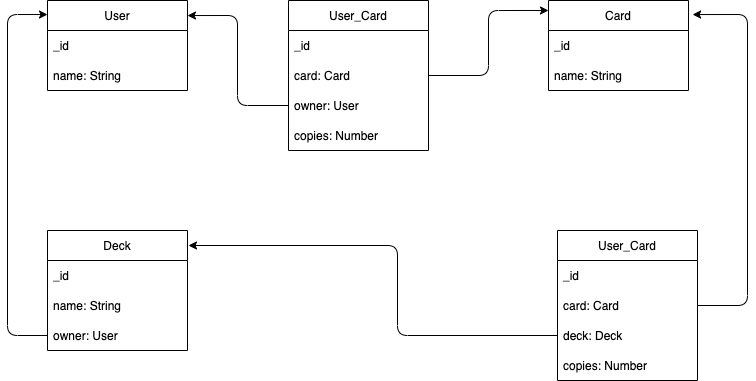
jvallelunga-facultad/taller-de-desarrollo-web keeps this draw.io diagram as modelo.drawio.png. Above is the earlier version. Source tidied: cells renumbered, new cells last; positions are measured from the earlier drawing's top-left corner, leaving out a move shared by most shapes.
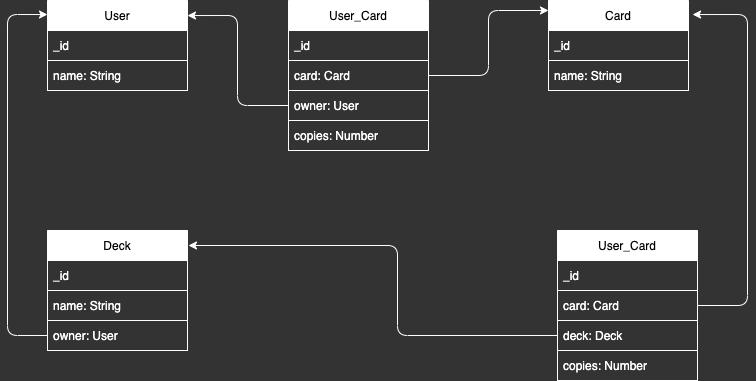
Above is the later version.

Diff of the diagram source:
```diff
@@ -1,68 +1,68 @@
-<mxGraphModel>
+<mxGraphModel background="#333333">
   <root>
     <mxCell id="0" />
     <mxCell id="1" parent="0" />
-    <mxCell id="2" value="User" style="swimlane;fontStyle=0;horizontal=1;startSize=30;" parent="1" vertex="1">
+    <mxCell id="2" value="User" style="swimlane;fontStyle=0;horizontal=1;startSize=30;strokeColor=#FFFFFF;" parent="1" vertex="1">
       <mxGeometry x="40" width="140" height="90" as="geometry" />
     </mxCell>
-    <mxCell id="3" value="_id" style="text;strokeColor=none;fillColor=none;align=left;verticalAlign=middle;spacingLeft=4;spacingRight=4;overflow=hidden;" parent="2" vertex="1">
+    <mxCell id="3" value="_id" style="text;strokeColor=#FFFFFF;fillColor=none;align=left;verticalAlign=middle;spacingLeft=4;spacingRight=4;overflow=hidden;fontColor=#FFFFFF;" parent="2" vertex="1">
       <mxGeometry y="30" width="140" height="30" as="geometry" />
     </mxCell>
-    <mxCell id="4" value="name: String" style="text;strokeColor=none;fillColor=none;align=left;verticalAlign=middle;spacingLeft=4;spacingRight=4;overflow=hidden;" parent="2" vertex="1">
+    <mxCell id="4" value="name: String" style="text;strokeColor=#FFFFFF;fillColor=none;align=left;verticalAlign=middle;spacingLeft=4;spacingRight=4;overflow=hidden;fontColor=#FFFFFF;" parent="2" vertex="1">
       <mxGeometry y="60" width="140" height="30" as="geometry" />
     </mxCell>
-    <mxCell id="5" value="Card" style="swimlane;fontStyle=0;horizontal=1;startSize=30;" parent="1" vertex="1">
+    <mxCell id="5" value="Card" style="swimlane;fontStyle=0;horizontal=1;startSize=30;strokeColor=#FFFFFF;" parent="1" vertex="1">
       <mxGeometry x="541" width="140" height="90" as="geometry" />
     </mxCell>
-    <mxCell id="6" value="_id" style="text;strokeColor=none;fillColor=none;align=left;verticalAlign=middle;spacingLeft=4;spacingRight=4;overflow=hidden;" parent="5" vertex="1">
+    <mxCell id="6" value="_id" style="text;strokeColor=#FFFFFF;fillColor=none;align=left;verticalAlign=middle;spacingLeft=4;spacingRight=4;overflow=hidden;fontColor=#FFFFFF;" parent="5" vertex="1">
       <mxGeometry y="30" width="140" height="30" as="geometry" />
     </mxCell>
-    <mxCell id="7" value="name: String" style="text;strokeColor=none;fillColor=none;align=left;verticalAlign=middle;spacingLeft=4;spacingRight=4;overflow=hidden;" parent="5" vertex="1">
+    <mxCell id="7" value="name: String" style="text;strokeColor=#FFFFFF;fillColor=none;align=left;verticalAlign=middle;spacingLeft=4;spacingRight=4;overflow=hidden;fontColor=#FFFFFF;" parent="5" vertex="1">
       <mxGeometry y="60" width="140" height="30" as="geometry" />
     </mxCell>
-    <mxCell id="8" value="Deck" style="swimlane;fontStyle=0;horizontal=1;startSize=30;" parent="1" vertex="1">
+    <mxCell id="8" value="Deck" style="swimlane;fontStyle=0;horizontal=1;startSize=30;strokeColor=#FFFFFF;" parent="1" vertex="1">
       <mxGeometry x="40" y="230" width="140" height="120" as="geometry" />
     </mxCell>
-    <mxCell id="9" value="_id" style="text;strokeColor=none;fillColor=none;align=left;verticalAlign=middle;spacingLeft=4;spacingRight=4;overflow=hidden;" parent="8" vertex="1">
+    <mxCell id="9" value="_id" style="text;strokeColor=#FFFFFF;fillColor=none;align=left;verticalAlign=middle;spacingLeft=4;spacingRight=4;overflow=hidden;fontColor=#FFFFFF;" parent="8" vertex="1">
       <mxGeometry y="30" width="140" height="30" as="geometry" />
     </mxCell>
-    <mxCell id="10" value="name: String" style="text;strokeColor=none;fillColor=none;align=left;verticalAlign=middle;spacingLeft=4;spacingRight=4;overflow=hidden;" parent="8" vertex="1">
+    <mxCell id="10" value="name: String" style="text;strokeColor=#FFFFFF;fillColor=none;align=left;verticalAlign=middle;spacingLeft=4;spacingRight=4;overflow=hidden;fontColor=#FFFFFF;" parent="8" vertex="1">
       <mxGeometry y="60" width="140" height="30" as="geometry" />
     </mxCell>
-    <mxCell id="11" value="owner: User" style="text;strokeColor=none;fillColor=none;align=left;verticalAlign=middle;spacingLeft=4;spacingRight=4;overflow=hidden;points=[[0,0.5],[1,0.5]];portConstraint=eastwest;" parent="8" vertex="1">
+    <mxCell id="11" value="owner: User" style="text;strokeColor=#FFFFFF;fillColor=none;align=left;verticalAlign=middle;spacingLeft=4;spacingRight=4;overflow=hidden;points=[[0,0.5],[1,0.5]];portConstraint=eastwest;fontColor=#FFFFFF;" parent="8" vertex="1">
       <mxGeometry y="90" width="140" height="30" as="geometry" />
     </mxCell>
-    <mxCell id="12" value="User_Card" style="swimlane;fontStyle=0;horizontal=1;startSize=30;" parent="1" vertex="1">
+    <mxCell id="12" value="User_Card" style="swimlane;fontStyle=0;horizontal=1;startSize=30;strokeColor=#FFFFFF;" parent="1" vertex="1">
       <mxGeometry x="281" width="140" height="150" as="geometry" />
     </mxCell>
-    <mxCell id="13" value="_id" style="text;strokeColor=none;fillColor=none;align=left;verticalAlign=middle;spacingLeft=4;spacingRight=4;overflow=hidden;" parent="12" vertex="1">
+    <mxCell id="13" value="_id" style="text;strokeColor=#FFFFFF;fillColor=none;align=left;verticalAlign=middle;spacingLeft=4;spacingRight=4;overflow=hidden;fontColor=#FFFFFF;" parent="12" vertex="1">
       <mxGeometry y="30" width="140" height="30" as="geometry" />
     </mxCell>
-    <mxCell id="14" value="card: Card" style="text;strokeColor=none;fillColor=none;align=left;verticalAlign=middle;spacingLeft=4;spacingRight=4;overflow=hidden;points=[[0,0.5],[1,0.5]];portConstraint=eastwest;" parent="12" vertex="1">
+    <mxCell id="14" value="card: Card" style="text;strokeColor=#FFFFFF;fillColor=none;align=left;verticalAlign=middle;spacingLeft=4;spacingRight=4;overflow=hidden;points=[[0,0.5],[1,0.5]];portConstraint=eastwest;fontColor=#FFFFFF;" parent="12" vertex="1">
       <mxGeometry y="60" width="140" height="30" as="geometry" />
     </mxCell>
-    <mxCell id="15" value="owner: User" style="text;strokeColor=none;fillColor=none;align=left;verticalAlign=middle;spacingLeft=4;spacingRight=4;overflow=hidden;points=[[0,0.5],[1,0.5]];portConstraint=eastwest;" parent="12" vertex="1">
+    <mxCell id="15" value="owner: User" style="text;strokeColor=#FFFFFF;fillColor=none;align=left;verticalAlign=middle;spacingLeft=4;spacingRight=4;overflow=hidden;points=[[0,0.5],[1,0.5]];portConstraint=eastwest;fontColor=#FFFFFF;" parent="12" vertex="1">
       <mxGeometry y="90" width="140" height="30" as="geometry" />
     </mxCell>
-    <mxCell id="16" value="copies: Number" style="text;strokeColor=none;fillColor=none;align=left;verticalAlign=middle;spacingLeft=4;spacingRight=4;overflow=hidden;" parent="12" vertex="1">
+    <mxCell id="16" value="copies: Number" style="text;strokeColor=#FFFFFF;fillColor=none;align=left;verticalAlign=middle;spacingLeft=4;spacingRight=4;overflow=hidden;fontColor=#FFFFFF;" parent="12" vertex="1">
       <mxGeometry y="120" width="140" height="30" as="geometry" />
     </mxCell>
-    <mxCell id="17" value="User_Card" style="swimlane;fontStyle=0;horizontal=1;startSize=30;" parent="1" vertex="1">
+    <mxCell id="17" value="User_Card" style="swimlane;fontStyle=0;horizontal=1;startSize=30;strokeColor=#FFFFFF;" parent="1" vertex="1">
       <mxGeometry x="550" y="230" width="140" height="150" as="geometry" />
     </mxCell>
-    <mxCell id="18" value="_id" style="text;strokeColor=none;fillColor=none;align=left;verticalAlign=middle;spacingLeft=4;spacingRight=4;overflow=hidden;" parent="17" vertex="1">
+    <mxCell id="18" value="_id" style="text;strokeColor=#FFFFFF;fillColor=none;align=left;verticalAlign=middle;spacingLeft=4;spacingRight=4;overflow=hidden;fontColor=#FFFFFF;" parent="17" vertex="1">
       <mxGeometry y="30" width="140" height="30" as="geometry" />
     </mxCell>
-    <mxCell id="19" value="card: Card" style="text;strokeColor=none;fillColor=none;align=left;verticalAlign=middle;spacingLeft=4;spacingRight=4;overflow=hidden;points=[[0,0.5],[1,0.5]];portConstraint=eastwest;" parent="17" vertex="1">
+    <mxCell id="19" value="card: Card" style="text;strokeColor=#FFFFFF;fillColor=none;align=left;verticalAlign=middle;spacingLeft=4;spacingRight=4;overflow=hidden;points=[[0,0.5],[1,0.5]];portConstraint=eastwest;fontColor=#FFFFFF;" parent="17" vertex="1">
       <mxGeometry y="60" width="140" height="30" as="geometry" />
     </mxCell>
-    <mxCell id="20" value="deck: Deck" style="text;strokeColor=none;fillColor=none;align=left;verticalAlign=middle;spacingLeft=4;spacingRight=4;overflow=hidden;points=[[0,0.5],[1,0.5]];portConstraint=eastwest;" parent="17" vertex="1">
+    <mxCell id="20" value="deck: Deck" style="text;strokeColor=#FFFFFF;fillColor=none;align=left;verticalAlign=middle;spacingLeft=4;spacingRight=4;overflow=hidden;points=[[0,0.5],[1,0.5]];portConstraint=eastwest;fontColor=#FFFFFF;" parent="17" vertex="1">
       <mxGeometry y="90" width="140" height="30" as="geometry" />
     </mxCell>
-    <mxCell id="21" value="copies: Number" style="text;strokeColor=none;fillColor=none;align=left;verticalAlign=middle;spacingLeft=4;spacingRight=4;overflow=hidden;" parent="17" vertex="1">
+    <mxCell id="21" value="copies: Number" style="text;strokeColor=#FFFFFF;fillColor=none;align=left;verticalAlign=middle;spacingLeft=4;spacingRight=4;overflow=hidden;fontColor=#FFFFFF;" parent="17" vertex="1">
       <mxGeometry y="120" width="140" height="30" as="geometry" />
     </mxCell>
-    <mxCell id="22" style="endArrow=none;html=1;entryX=0;entryY=0.5;entryDx=0;entryDy=0;exitX=0;exitY=0.156;exitDx=0;exitDy=0;exitPerimeter=0;startArrow=classic;startFill=1;" parent="1" edge="1" source="2" target="11">
+    <mxCell id="22" style="endArrow=none;html=1;entryX=0;entryY=0.5;entryDx=0;entryDy=0;exitX=0;exitY=0.156;exitDx=0;exitDy=0;exitPerimeter=0;startArrow=classic;startFill=1;strokeColor=#FFFFFF;" parent="1" edge="1" source="2" target="11">
       <mxGeometry relative="1" as="geometry">
         <Array as="points">
           <mxPoint y="14" />
@@ -70,7 +70,7 @@
         </Array>
       </mxGeometry>
     </mxCell>
-    <mxCell id="23" style="endArrow=none;html=1;exitX=1;exitY=0.167;exitDx=0;exitDy=0;exitPerimeter=0;entryX=0;entryY=0.5;entryDx=0;entryDy=0;endFill=0;startArrow=classic;startFill=1;" parent="1" edge="1" source="2" target="15">
+    <mxCell id="23" style="endArrow=none;html=1;exitX=1;exitY=0.167;exitDx=0;exitDy=0;exitPerimeter=0;entryX=0;entryY=0.5;entryDx=0;entryDy=0;endFill=0;startArrow=classic;startFill=1;strokeColor=#FFFFFF;" parent="1" edge="1" source="2" target="15">
       <mxGeometry relative="1" as="geometry">
         <Array as="points">
           <mxPoint x="230" y="15" />
@@ -78,7 +78,7 @@
         </Array>
       </mxGeometry>
     </mxCell>
-    <mxCell id="24" style="endArrow=classic;html=1;entryX=0;entryY=0.111;entryDx=0;entryDy=0;entryPerimeter=0;exitX=1;exitY=0.5;exitDx=0;exitDy=0;startArrow=none;startFill=0;endFill=1;" parent="1" edge="1" source="14" target="5">
+    <mxCell id="24" style="endArrow=classic;html=1;entryX=0;entryY=0.111;entryDx=0;entryDy=0;entryPerimeter=0;exitX=1;exitY=0.5;exitDx=0;exitDy=0;startArrow=none;startFill=0;endFill=1;strokeColor=#FFFFFF;" parent="1" edge="1" source="14" target="5">
       <mxGeometry relative="1" as="geometry">
         <Array as="points">
           <mxPoint x="481" y="75" />
@@ -86,7 +86,7 @@
         </Array>
       </mxGeometry>
     </mxCell>
-    <mxCell id="25" style="endArrow=none;html=1;exitX=1.007;exitY=0.125;exitDx=0;exitDy=0;exitPerimeter=0;entryX=0;entryY=0.5;entryDx=0;entryDy=0;startArrow=classic;startFill=1;" parent="1" edge="1" source="8" target="20">
+    <mxCell id="25" style="endArrow=none;html=1;exitX=1.007;exitY=0.125;exitDx=0;exitDy=0;exitPerimeter=0;entryX=0;entryY=0.5;entryDx=0;entryDy=0;startArrow=classic;startFill=1;strokeColor=#FFFFFF;" parent="1" edge="1" source="8" target="20">
       <mxGeometry relative="1" as="geometry">
         <Array as="points">
           <mxPoint x="390" y="245" />
@@ -94,7 +94,7 @@
         </Array>
       </mxGeometry>
     </mxCell>
-    <mxCell id="26" style="edgeStyle=none;html=1;exitX=1;exitY=0.5;exitDx=0;exitDy=0;entryX=1.029;entryY=0.156;entryDx=0;entryDy=0;entryPerimeter=0;" parent="1" edge="1" source="19" target="5">
+    <mxCell id="26" style="edgeStyle=none;html=1;exitX=1;exitY=0.5;exitDx=0;exitDy=0;entryX=1.029;entryY=0.156;entryDx=0;entryDy=0;entryPerimeter=0;strokeColor=#FFFFFF;" parent="1" edge="1" source="19" target="5">
       <mxGeometry relative="1" as="geometry">
         <Array as="points">
           <mxPoint x="740" y="305" />
```
